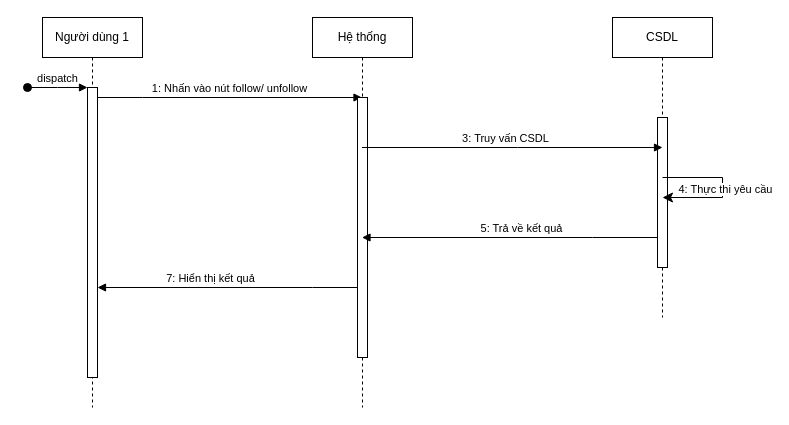
The draw.io diagram page "follow, unfollow" (7 of 7) of Sequence diagram.drawio in Graphene101102/Mern-app-X, before the edit. Source tidied: cells renumbered, new cells numbered last; positions are measured from the earlier drawing's top-left corner, leaving out a move shared by most shapes. Both pictures are drawn from the tidied source at 100%, with x=0, y=0 at pixel (27, 17).
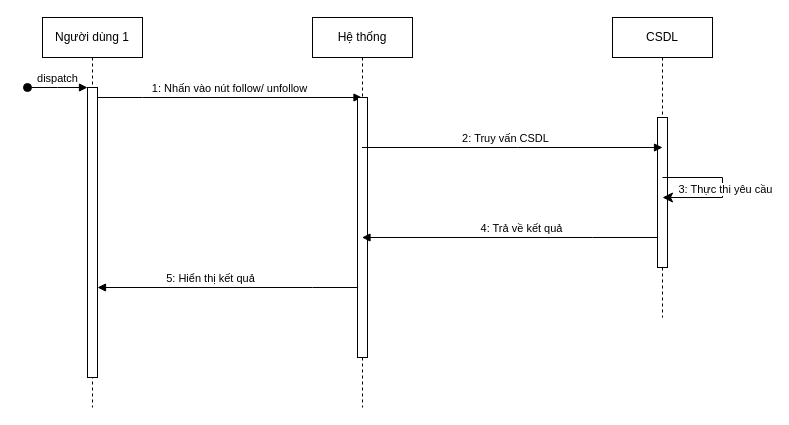
Above is the later version.

The change refers to these unchanged cells:
```xml
<mxCell id="3" style="html=1;points=[];perimeter=orthogonalPerimeter;outlineConnect=0;targetShapes=umlLifeline;portConstraint=eastwest;newEdgeStyle={&quot;edgeStyle&quot;:&quot;elbowEdgeStyle&quot;,&quot;elbow&quot;:&quot;vertical&quot;,&quot;curved&quot;:0,&quot;rounded&quot;:0};" parent="2" vertex="1">
  <mxGeometry x="45" y="70" width="10" height="290" as="geometry" />
</mxCell>
<mxCell id="8" value="Hệ thống" style="shape=umlLifeline;perimeter=lifelinePerimeter;whiteSpace=wrap;html=1;outlineConnect=0;portConstraint=eastwest;newEdgeStyle={&quot;edgeStyle&quot;:&quot;elbowEdgeStyle&quot;,&quot;elbow&quot;:&quot;vertical&quot;,&quot;curved&quot;:0,&quot;rounded&quot;:0};" parent="1" vertex="1">
  <mxGeometry x="285" width="100" height="390" as="geometry" />
</mxCell>
<mxCell id="9" style="html=1;points=[];perimeter=orthogonalPerimeter;outlineConnect=0;targetShapes=umlLifeline;portConstraint=eastwest;newEdgeStyle={&quot;edgeStyle&quot;:&quot;elbowEdgeStyle&quot;,&quot;elbow&quot;:&quot;vertical&quot;,&quot;curved&quot;:0,&quot;rounded&quot;:0};" parent="8" vertex="1">
  <mxGeometry x="45" y="80" width="10" height="260" as="geometry" />
</mxCell>
<mxCell id="13" style="edgeStyle=elbowEdgeStyle;elbow=horizontal;endArrow=classic;html=1;curved=0;rounded=0;endSize=8;startSize=8;" parent="1" edge="1">
  <mxGeometry relative="1" as="geometry">
    <mxPoint x="635" y="160" as="sourcePoint" />
    <mxPoint x="635" y="180" as="targetPoint" />
    <Array as="points">
      <mxPoint x="695" y="175" />
    </Array>
  </mxGeometry>
</mxCell>
```

Change to the diagram source:
```diff
@@
-    <mxCell id="10" value="3: Truy vấn CSDL" style="html=1;verticalAlign=bottom;endArrow=block;edgeStyle=elbowEdgeStyle;elbow=vertical;curved=0;rounded=0;" parent="1" edge="1" source="8">
+    <mxCell id="10" value="2: Truy vấn CSDL" style="html=1;verticalAlign=bottom;endArrow=block;edgeStyle=elbowEdgeStyle;elbow=vertical;curved=0;rounded=0;" parent="1" edge="1" source="8">
       <mxGeometry x="-0.05" relative="1" as="geometry">
         <mxPoint x="635" y="130" as="targetPoint" />
         <Array as="points">
           <mxPoint x="490" y="130" />
         </Array>
       </mxGeometry>
     </mxCell>
-    <mxCell id="11" value="5: Trả về kết quả" style="html=1;verticalAlign=bottom;endArrow=block;edgeStyle=elbowEdgeStyle;elbow=vertical;curved=0;rounded=0;" parent="1" edge="1" target="8">
+    <mxCell id="11" value="4: Trả về kết quả" style="html=1;verticalAlign=bottom;endArrow=block;edgeStyle=elbowEdgeStyle;elbow=vertical;curved=0;rounded=0;" parent="1" edge="1" target="8">
       <mxGeometry x="-0.08" relative="1" as="geometry">
         <mxPoint x="630" y="220" as="sourcePoint" />
         <Array as="points">
           <mxPoint x="565" y="220" />
         </Array>
       </mxGeometry>
     </mxCell>
-    <mxCell id="12" value="7: Hiển thị kết quả" style="html=1;verticalAlign=bottom;endArrow=block;edgeStyle=elbowEdgeStyle;elbow=vertical;curved=0;rounded=0;" parent="1" edge="1" source="9" target="3">
+    <mxCell id="12" value="5: Hiển thị kết quả" style="html=1;verticalAlign=bottom;endArrow=block;edgeStyle=elbowEdgeStyle;elbow=vertical;curved=0;rounded=0;" parent="1" edge="1" source="9" target="3">
       <mxGeometry x="0.14" relative="1" as="geometry">
         <Array as="points">
           <mxPoint x="285" y="270" />
           <mxPoint x="185.5" y="310" />
         </Array>
         <mxPoint x="1" as="offset" />
       </mxGeometry>
     </mxCell>
@@
-    <mxCell id="14" value="4: Thực thi yêu cầu" style="edgeLabel;html=1;align=center;verticalAlign=middle;" parent="13" vertex="1">
+    <mxCell id="14" value="3: Thực thi yêu cầu" style="edgeLabel;html=1;align=center;verticalAlign=middle;" parent="13" vertex="1">
       <mxGeometry x="-0.09" y="2" relative="1" as="geometry">
         <mxPoint y="7" as="offset" />
       </mxGeometry>
     </mxCell>
```
